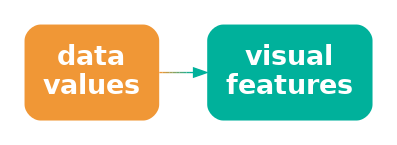
The Graphviz diagram Diagrams/data-vis.png in pmur002/hdvw, before a commit. Its source is kept beside it as Diagrams/data-vis.dot.
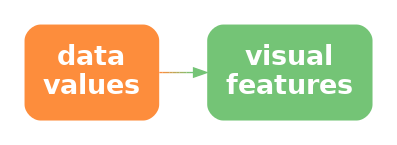
Above is the later version.

What changed in the source:
```diff
@@ -1,8 +1,8 @@
 digraph {
   graph [ rankdir=LR; margin=.2; nodesep=.5 ];
   node [ fontsize=20; fontname="sans bold"; margin=.2 ];
-  data [ label="data\nvalues"; shape=box; style="filled, rounded"; penwidth=0; fontcolor=white; fillcolor="#F09736" ]
+  data [ label="data\nvalues"; shape=box; style="filled, rounded"; penwidth=0; fontcolor=white; fillcolor="#FD8D3C" ]
   vis [ label="visual\nfeatures"; shape=box;
-     style="filled, rounded"; penwidth=0; fontcolor=white; fillcolor="#00B19B" ]
-  data -> vis [ color="#F09736;0.1:#D59A41;0.1:#BB9D4C;0.1:#A0A058;0.1:#85A363;0.1:#6BA56E;0.1:#50A879;0.1:#35AB85;0.1:#1BAE90;0.1:#00B19B;0.1" ]
+     style="filled, rounded"; penwidth=0; fontcolor=white; fillcolor="#74C476" ]
+  data -> vis [ color="#FD8D3C;0.1:#EE9342;0.1:#DF9949;0.1:#CF9F4F;0.1:#C0A556;0.1:#B1AC5C;0.1:#A2B263;0.1:#92B869;0.1:#83BE70;0.1:#74C476;0.1" ]
 }
```
